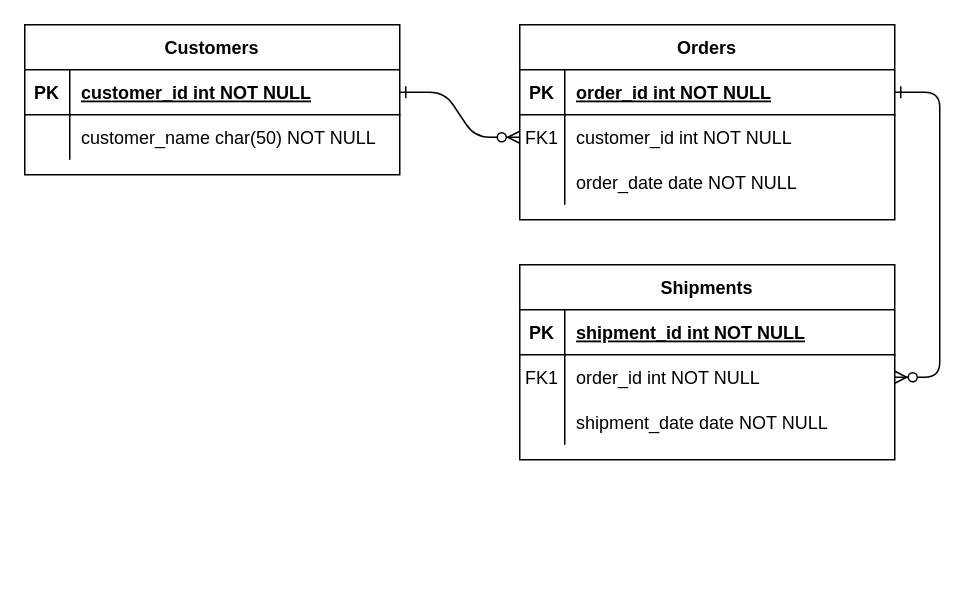
Earlier version of the draw.io diagram SafariERD.drawio (bendesousa/safari_lab). Source tidied: cells renumbered, new cells numbered last; positions are measured from the earlier drawing's top-left corner, leaving out a move shared by most shapes. Both pictures are drawn from the tidied source at 150%, with x=0, y=0 at pixel (24, 24).
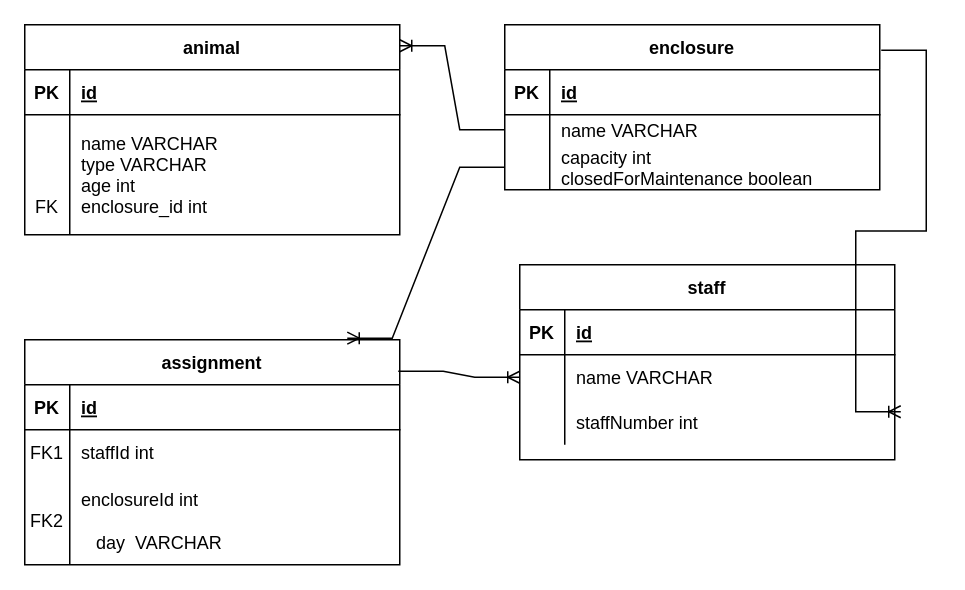
Above is the later version.

Unchanged cells that the change refers to:
```xml
<mxCell id="5" style="shape=partialRectangle;fillColor=none;points=[[0,0.5],[1,0.5]];portConstraint=eastwest;top=0;left=0;right=0;bottom=1;" parent="4" vertex="1">
  <mxGeometry y="30" width="250" height="30" as="geometry" />
</mxCell>
<mxCell id="15" style="shape=partialRectangle;fillColor=none;top=0;left=0;right=0;bottom=1;" parent="14" vertex="1">
  <mxGeometry y="30" width="250" height="30" as="geometry" />
</mxCell>
<mxCell id="18" style="shape=partialRectangle;fillColor=none;points=[[0,0.5],[1,0.5]];portConstraint=eastwest;top=0;left=0;right=0;bottom=0;" parent="14" vertex="1">
  <mxGeometry y="60" width="250" height="30" as="geometry" />
</mxCell>
<mxCell id="21" style="shape=partialRectangle;fillColor=none;points=[[0,0.5],[1,0.5]];portConstraint=eastwest;top=0;left=0;right=0;bottom=0;" parent="14" vertex="1">
  <mxGeometry y="90" width="250" height="30" as="geometry" />
</mxCell>
<mxCell id="25" style="shape=partialRectangle;fillColor=none;points=[[0,0.5],[1,0.5]];portConstraint=eastwest;top=0;left=0;right=0;bottom=1;" parent="24" vertex="1">
  <mxGeometry y="30" width="250" height="30" as="geometry" />
</mxCell>
```

What changed in the source:
```diff
@@
-    <mxCell id="2" style="edgeStyle=entityRelationEdgeStyle;endArrow=ERzeroToMany;startArrow=ERone;endFill=1;startFill=0;" parent="1" edge="1" source="25" target="8">
-      <mxGeometry relative="1" as="geometry" />
-    </mxCell>
-    <mxCell id="3" style="edgeStyle=entityRelationEdgeStyle;endArrow=ERzeroToMany;startArrow=ERone;endFill=1;startFill=0;" parent="1" edge="1" source="5" target="18">
-      <mxGeometry relative="1" as="geometry" />
-    </mxCell>
-    <mxCell id="4" value="Orders" style="shape=table;startSize=30;childLayout=tableLayout;rowLines=0;fontStyle=1;align=center;" parent="1" vertex="1">
-      <mxGeometry x="330" width="250" height="130" as="geometry" />
+    <mxCell id="4" value="enclosure" style="shape=table;startSize=30;childLayout=tableLayout;rowLines=0;fontStyle=1;align=center;" parent="1" vertex="1">
+      <mxGeometry x="320" width="250" height="110" as="geometry" />
     </mxCell>
@@
-    <mxCell id="7" value="order_id int NOT NULL " style="shape=partialRectangle;overflow=hidden;fillColor=none;top=0;left=0;bottom=0;right=0;align=left;spacingLeft=6;fontStyle=5;" parent="5" vertex="1">
+    <mxCell id="7" value="id" style="shape=partialRectangle;overflow=hidden;fillColor=none;top=0;left=0;bottom=0;right=0;align=left;spacingLeft=6;fontStyle=5;" parent="5" vertex="1">
       <mxGeometry x="30" width="220" height="30" as="geometry" />
     </mxCell>
     <mxCell id="8" style="shape=partialRectangle;fillColor=none;points=[[0,0.5],[1,0.5]];portConstraint=eastwest;top=0;left=0;right=0;bottom=0;" parent="4" vertex="1">
-      <mxGeometry y="60" width="250" height="30" as="geometry" />
+      <mxGeometry y="60" width="250" height="20" as="geometry" />
     </mxCell>
-    <mxCell id="9" value="FK1" style="shape=partialRectangle;overflow=hidden;fillColor=none;top=0;left=0;bottom=0;right=0;" parent="8" vertex="1">
-      <mxGeometry width="30" height="30" as="geometry" />
+    <mxCell id="9" style="shape=partialRectangle;overflow=hidden;fillColor=none;top=0;left=0;bottom=0;right=0;" parent="8" vertex="1">
+      <mxGeometry width="30" height="20" as="geometry" />
     </mxCell>
-    <mxCell id="10" value="customer_id int NOT NULL" style="shape=partialRectangle;overflow=hidden;fillColor=none;top=0;left=0;bottom=0;right=0;align=left;spacingLeft=6;" parent="8" vertex="1">
-      <mxGeometry x="30" width="220" height="30" as="geometry" />
+    <mxCell id="10" value="name VARCHAR " style="shape=partialRectangle;overflow=hidden;fillColor=none;top=0;left=0;bottom=0;right=0;align=left;spacingLeft=6;" parent="8" vertex="1">
+      <mxGeometry x="30" width="220" height="20" as="geometry" />
     </mxCell>
     <mxCell id="11" style="shape=partialRectangle;fillColor=none;points=[[0,0.5],[1,0.5]];portConstraint=eastwest;top=0;left=0;right=0;bottom=0;" parent="4" vertex="1">
-      <mxGeometry y="90" width="250" height="30" as="geometry" />
+      <mxGeometry y="80" width="250" height="30" as="geometry" />
     </mxCell>
@@
-    <mxCell id="13" value="order_date date NOT NULL" style="shape=partialRectangle;overflow=hidden;fillColor=none;top=0;left=0;bottom=0;right=0;align=left;spacingLeft=6;" parent="11" vertex="1">
+    <mxCell id="13" value="capacity int&#10;closedForMaintenance boolean" style="shape=partialRectangle;overflow=hidden;fillColor=none;top=0;left=0;bottom=0;right=0;align=left;spacingLeft=6;" parent="11" vertex="1">
       <mxGeometry x="30" width="220" height="30" as="geometry" />
     </mxCell>
-    <mxCell id="14" value="Shipments" style="shape=table;startSize=30;childLayout=tableLayout;rowLines=0;fontStyle=1;align=center;" parent="1" vertex="1">
+    <mxCell id="14" value="staff" style="shape=table;startSize=30;childLayout=tableLayout;rowLines=0;fontStyle=1;align=center;" parent="1" vertex="1">
       <mxGeometry x="330" y="160" width="250" height="130" as="geometry" />
     </mxCell>
@@
-    <mxCell id="17" value="shipment_id int NOT NULL " style="shape=partialRectangle;overflow=hidden;fillColor=none;top=0;left=0;bottom=0;right=0;align=left;spacingLeft=6;fontStyle=5;" parent="15" vertex="1">
+    <mxCell id="17" value="id" style="shape=partialRectangle;overflow=hidden;fillColor=none;top=0;left=0;bottom=0;right=0;align=left;spacingLeft=6;fontStyle=5;" parent="15" vertex="1">
       <mxGeometry x="30" width="220" height="30" as="geometry" />
     </mxCell>
@@
-    <mxCell id="19" value="FK1" style="shape=partialRectangle;overflow=hidden;fillColor=none;top=0;left=0;bottom=0;right=0;" parent="18" vertex="1">
+    <mxCell id="19" style="shape=partialRectangle;overflow=hidden;fillColor=none;top=0;left=0;bottom=0;right=0;" parent="18" vertex="1">
       <mxGeometry width="30" height="30" as="geometry" />
     </mxCell>
-    <mxCell id="20" value="order_id int NOT NULL" style="shape=partialRectangle;overflow=hidden;fillColor=none;top=0;left=0;bottom=0;right=0;align=left;spacingLeft=6;" parent="18" vertex="1">
+    <mxCell id="20" value="name VARCHAR" style="shape=partialRectangle;overflow=hidden;fillColor=none;top=0;left=0;bottom=0;right=0;align=left;spacingLeft=6;" parent="18" vertex="1">
       <mxGeometry x="30" width="220" height="30" as="geometry" />
     </mxCell>
@@
-    <mxCell id="23" value="shipment_date date NOT NULL" style="shape=partialRectangle;overflow=hidden;fillColor=none;top=0;left=0;bottom=0;right=0;align=left;spacingLeft=6;" parent="21" vertex="1">
+    <mxCell id="23" value="staffNumber int" style="shape=partialRectangle;overflow=hidden;fillColor=none;top=0;left=0;bottom=0;right=0;align=left;spacingLeft=6;" parent="21" vertex="1">
       <mxGeometry x="30" width="220" height="30" as="geometry" />
     </mxCell>
-    <mxCell id="24" value="Customers" style="shape=table;startSize=30;childLayout=tableLayout;rowLines=0;fontStyle=1;align=center;" parent="1" vertex="1">
-      <mxGeometry width="250" height="100" as="geometry" />
+    <mxCell id="24" value="animal" style="shape=table;startSize=30;childLayout=tableLayout;rowLines=0;fontStyle=1;align=center;" parent="1" vertex="1">
+      <mxGeometry width="250" height="140" as="geometry" />
     </mxCell>
@@
-    <mxCell id="27" value="customer_id int NOT NULL " style="shape=partialRectangle;overflow=hidden;fillColor=none;top=0;left=0;bottom=0;right=0;align=left;spacingLeft=6;fontStyle=5;" parent="25" vertex="1">
+    <mxCell id="27" value="id" style="shape=partialRectangle;overflow=hidden;fillColor=none;top=0;left=0;bottom=0;right=0;align=left;spacingLeft=6;fontStyle=5;" parent="25" vertex="1">
       <mxGeometry x="30" width="220" height="30" as="geometry" />
     </mxCell>
     <mxCell id="28" style="shape=partialRectangle;fillColor=none;top=0;left=0;right=0;bottom=0;" parent="24" vertex="1">
-      <mxGeometry y="60" width="250" height="30" as="geometry" />
+      <mxGeometry y="60" width="250" height="80" as="geometry" />
     </mxCell>
-    <mxCell id="29" style="shape=partialRectangle;overflow=hidden;fillColor=none;top=0;left=0;bottom=0;right=0;" parent="28" vertex="1">
-      <mxGeometry width="30" height="30" as="geometry" />
+    <mxCell id="29" value="&#10;&#10;&#10;FK" style="shape=partialRectangle;overflow=hidden;fillColor=none;top=0;left=0;bottom=0;right=0;" parent="28" vertex="1">
+      <mxGeometry width="30" height="80" as="geometry" />
     </mxCell>
-    <mxCell id="30" value="customer_name char(50) NOT NULL" style="shape=partialRectangle;overflow=hidden;fillColor=none;top=0;left=0;bottom=0;right=0;align=left;spacingLeft=6;" parent="28" vertex="1">
-      <mxGeometry x="30" width="220" height="30" as="geometry" />
+    <mxCell id="30" value="name VARCHAR&#10;type VARCHAR&#10;age int&#10;enclosure_id int " style="shape=partialRectangle;overflow=hidden;fillColor=none;top=0;left=0;bottom=0;right=0;align=left;spacingLeft=6;" parent="28" vertex="1">
+      <mxGeometry x="30" width="220" height="80" as="geometry" />
     </mxCell>
+    <mxCell id="31" value="assignment" style="shape=table;startSize=30;childLayout=tableLayout;rowLines=0;fontStyle=1;align=center;" parent="1" vertex="1">
+      <mxGeometry y="210" width="250" height="150" as="geometry" />
+    </mxCell>
+    <mxCell id="32" style="shape=partialRectangle;fillColor=none;top=0;left=0;right=0;bottom=1;" parent="31" vertex="1">
+      <mxGeometry y="30" width="250" height="30" as="geometry" />
+    </mxCell>
+    <mxCell id="33" value="PK" style="shape=partialRectangle;overflow=hidden;fillColor=none;top=0;left=0;bottom=0;right=0;fontStyle=1;" parent="32" vertex="1">
+      <mxGeometry width="30" height="30" as="geometry" />
+    </mxCell>
+    <mxCell id="34" value="id" style="shape=partialRectangle;overflow=hidden;fillColor=none;top=0;left=0;bottom=0;right=0;align=left;spacingLeft=6;fontStyle=5;" parent="32" vertex="1">
+      <mxGeometry x="30" width="220" height="30" as="geometry" />
+    </mxCell>
+    <mxCell id="35" style="shape=partialRectangle;fillColor=none;top=0;left=0;right=0;bottom=0;" parent="31" vertex="1">
+      <mxGeometry y="60" width="250" height="30" as="geometry" />
+    </mxCell>
+    <mxCell id="36" value="FK1" style="shape=partialRectangle;overflow=hidden;fillColor=none;top=0;left=0;bottom=0;right=0;" parent="35" vertex="1">
+      <mxGeometry width="30" height="30" as="geometry" />
+    </mxCell>
+    <mxCell id="37" value="staffId int" style="shape=partialRectangle;overflow=hidden;fillColor=none;top=0;left=0;bottom=0;right=0;align=left;spacingLeft=6;" parent="35" vertex="1">
+      <mxGeometry x="30" width="220" height="30" as="geometry" />
+    </mxCell>
+    <mxCell id="38" style="shape=partialRectangle;fillColor=none;top=0;left=0;right=0;bottom=0;" parent="31" vertex="1">
+      <mxGeometry y="90" width="250" height="60" as="geometry" />
+    </mxCell>
+    <mxCell id="39" value="FK2" style="shape=partialRectangle;overflow=hidden;fillColor=none;top=0;left=0;bottom=0;right=0;" parent="38" vertex="1">
+      <mxGeometry width="30" height="60" as="geometry" />
+    </mxCell>
+    <mxCell id="40" value="enclosureId int&#10;&#10;" style="shape=partialRectangle;overflow=hidden;fillColor=none;top=0;left=0;bottom=0;right=0;align=left;spacingLeft=6;" parent="38" vertex="1">
+      <mxGeometry x="30" width="220" height="60" as="geometry" />
+    </mxCell>
+    <mxCell id="41" value="day  VARCHAR" style="shape=partialRectangle;overflow=hidden;fillColor=none;top=0;left=0;bottom=0;right=0;align=left;spacingLeft=6;" parent="1" vertex="1">
+      <mxGeometry x="40" y="330" width="220" height="30" as="geometry" />
+    </mxCell>
+    <mxCell id="42" style="edgeStyle=entityRelationEdgeStyle;fontSize=12;html=1;endArrow=ERoneToMany;rounded=0;exitX=0;exitY=0.5;exitDx=0;exitDy=0;entryX=1;entryY=0.1;entryDx=0;entryDy=0;entryPerimeter=0;" parent="1" edge="1" source="8" target="24">
+      <mxGeometry relative="1" as="geometry" />
+    </mxCell>
+    <mxCell id="43" style="edgeStyle=entityRelationEdgeStyle;fontSize=12;html=1;endArrow=ERoneToMany;rounded=0;exitX=0.996;exitY=0.14;exitDx=0;exitDy=0;exitPerimeter=0;" parent="1" edge="1" source="31" target="18">
+      <mxGeometry relative="1" as="geometry" />
+    </mxCell>
+    <mxCell id="44" style="edgeStyle=entityRelationEdgeStyle;fontSize=12;html=1;endArrow=ERoneToMany;rounded=0;exitX=1.004;exitY=0.155;exitDx=0;exitDy=0;exitPerimeter=0;entryX=1.016;entryY=0.267;entryDx=0;entryDy=0;entryPerimeter=0;" parent="1" edge="1" source="4" target="21">
+      <mxGeometry relative="1" as="geometry" />
+    </mxCell>
+    <mxCell id="45" style="edgeStyle=entityRelationEdgeStyle;fontSize=12;html=1;endArrow=ERoneToMany;rounded=0;entryX=0.86;entryY=-0.007;entryDx=0;entryDy=0;entryPerimeter=0;exitX=0;exitY=0.5;exitDx=0;exitDy=0;" parent="1" edge="1" source="11" target="31">
+      <mxGeometry relative="1" as="geometry" />
+    </mxCell>
```
